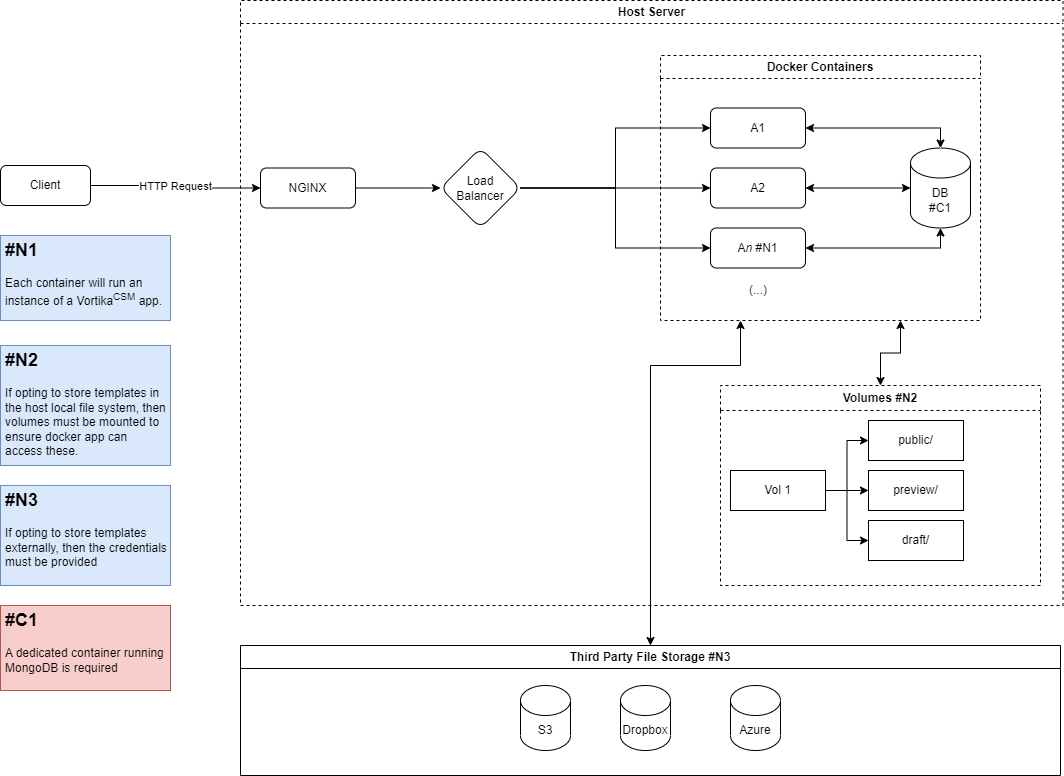
The draw.io diagram architecture.png in j-000/drawio, before a commit. Source tidied: cells renumbered, new cells last; positions are measured from the earlier drawing's top-left corner, leaving out a move shared by most shapes.
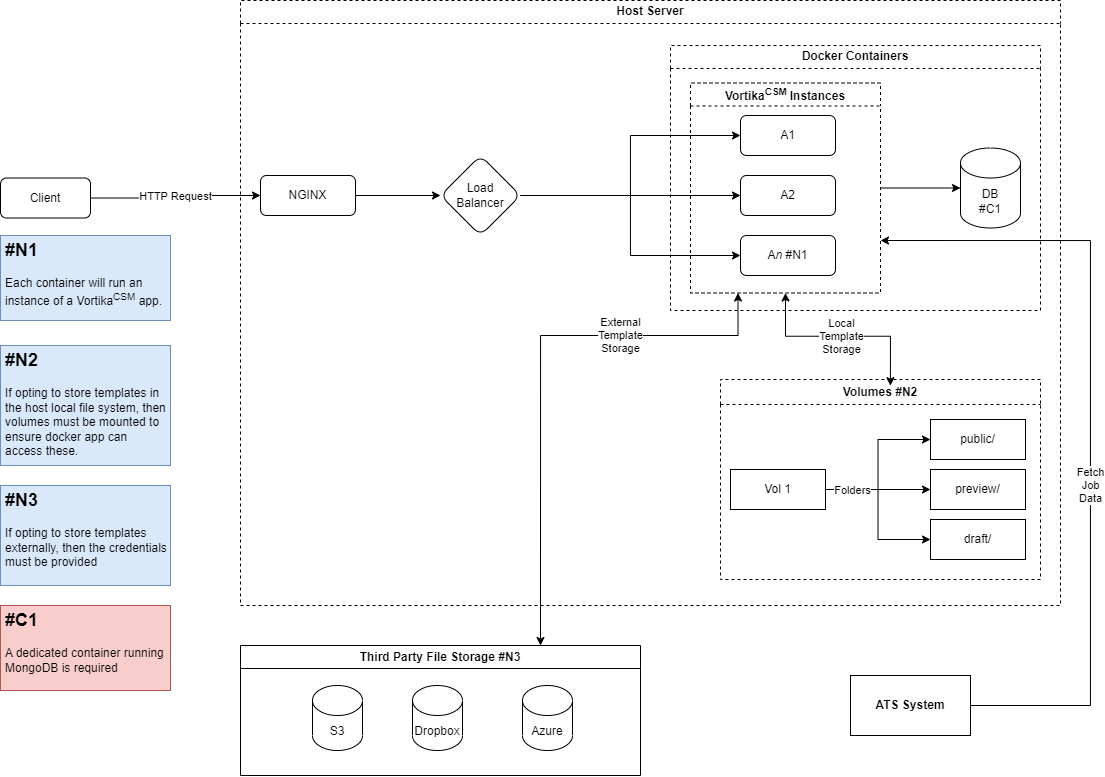
The same diagram one commit later.

Diff of the diagram source:
```diff
@@ -6,13 +6,13 @@
       <mxGeometry relative="1" as="geometry" />
     </mxCell>
     <mxCell id="3" value="Client" style="rounded=1;whiteSpace=wrap;html=1;" parent="1" vertex="1">
-      <mxGeometry y="165" width="90" height="40" as="geometry" />
+      <mxGeometry y="177.5" width="90" height="40" as="geometry" />
     </mxCell>
     <mxCell id="4" value="Host Server" style="swimlane;whiteSpace=wrap;html=1;dashed=1;" parent="1" vertex="1">
-      <mxGeometry x="240" width="822.5" height="605" as="geometry" />
+      <mxGeometry x="240" width="820" height="605" as="geometry" />
     </mxCell>
     <mxCell id="5" value="NGINX" style="whiteSpace=wrap;html=1;rounded=1;" parent="4" vertex="1">
-      <mxGeometry x="20" y="167.5" width="95" height="40" as="geometry" />
+      <mxGeometry x="20" y="175" width="95" height="40" as="geometry" />
     </mxCell>
     <mxCell id="6" style="edgeStyle=orthogonalEdgeStyle;rounded=0;jettySize=auto;html=1;exitX=1;exitY=0.5;exitDx=0;exitDy=0;" parent="4" edge="1" source="5" target="10">
       <mxGeometry relative="1" as="geometry" />
@@ -27,62 +27,65 @@
       <mxGeometry relative="1" as="geometry" />
     </mxCell>
     <mxCell id="10" value="Load &lt;br&gt;Balancer" style="rhombus;whiteSpace=wrap;html=1;rounded=1;" parent="4" vertex="1">
-      <mxGeometry x="200" y="147.5" width="80" height="80" as="geometry" />
+      <mxGeometry x="200" y="155" width="80" height="80" as="geometry" />
     </mxCell>
     <mxCell id="11" value="Docker Containers" style="swimlane;whiteSpace=wrap;html=1;dashed=1;" parent="4" vertex="1">
-      <mxGeometry x="420" y="55" width="320" height="265" as="geometry" />
+      <mxGeometry x="430" y="45" width="370" height="265" as="geometry" />
     </mxCell>
-    <mxCell id="12" style="edgeStyle=orthogonalEdgeStyle;rounded=0;jettySize=auto;html=1;exitX=1;exitY=0.5;exitDx=0;exitDy=0;entryX=0.5;entryY=0;entryDx=0;entryDy=0;endArrow=classic;endFill=1;startArrow=classic;startFill=1;entryPerimeter=0;" parent="11" edge="1" source="13" target="18">
-      <mxGeometry relative="1" as="geometry" />
-    </mxCell>
+    <mxCell id="18" value="DB&lt;br&gt;#C1" style="shape=cylinder3;whiteSpace=wrap;html=1;boundedLbl=1;backgroundOutline=1;size=15;" parent="11" vertex="1">
+      <mxGeometry x="290" y="102.5" width="60" height="80" as="geometry" />
+    </mxCell>
+    <mxCell id="38" style="edgeStyle=orthogonalEdgeStyle;rounded=0;jettySize=auto;html=1;exitX=1;exitY=0.5;exitDx=0;exitDy=0;entryX=0;entryY=0.5;entryDx=0;entryDy=0;entryPerimeter=0;" parent="11" edge="1" source="39" target="18">
+      <mxGeometry relative="1" as="geometry" />
+    </mxCell>
+    <mxCell id="39" value="Vortika&lt;sup&gt;CSM &lt;/sup&gt;Instances" style="swimlane;whiteSpace=wrap;html=1;dashed=1;" parent="11" vertex="1">
+      <mxGeometry x="20" y="37.5" width="190" height="210" as="geometry" />
+    </mxCell>
+    <mxCell id="40" style="group;" parent="39" vertex="1">
+      <mxGeometry x="50" y="32.5" width="95" height="160" as="geometry" />
+    </mxCell>
+    <mxCell id="15" value="A&lt;i&gt;n &lt;/i&gt;#N1" style="whiteSpace=wrap;html=1;rounded=1;" parent="40" vertex="1">
+      <mxGeometry y="120" width="95" height="40" as="geometry" />
+    </mxCell>
+    <mxCell id="17" value="A2" style="whiteSpace=wrap;html=1;rounded=1;" parent="40" vertex="1">
+      <mxGeometry y="60" width="95" height="40" as="geometry" />
+    </mxCell>
-    <mxCell id="13" value="A1" style="whiteSpace=wrap;html=1;rounded=1;" parent="11" vertex="1">
-      <mxGeometry x="50" y="52.5" width="95" height="40" as="geometry" />
+    <mxCell id="13" value="A1" style="whiteSpace=wrap;html=1;rounded=1;" parent="40" vertex="1">
+      <mxGeometry width="95" height="40" as="geometry" />
     </mxCell>
-    <mxCell id="14" style="edgeStyle=orthogonalEdgeStyle;rounded=0;jettySize=auto;html=1;exitX=1;exitY=0.5;exitDx=0;exitDy=0;entryX=0.5;entryY=1;entryDx=0;entryDy=0;startArrow=classic;startFill=1;entryPerimeter=0;" parent="11" edge="1" source="15" target="18">
-      <mxGeometry relative="1" as="geometry" />
-    </mxCell>
-    <mxCell id="15" value="A&lt;i&gt;n &lt;/i&gt;#N1" style="whiteSpace=wrap;html=1;rounded=1;" parent="11" vertex="1">
-      <mxGeometry x="50" y="172.5" width="95" height="40" as="geometry" />
-    </mxCell>
-    <mxCell id="16" style="edgeStyle=orthogonalEdgeStyle;rounded=0;jettySize=auto;html=1;exitX=1;exitY=0.5;exitDx=0;exitDy=0;entryX=0;entryY=0.5;entryDx=0;entryDy=0;startArrow=classic;startFill=1;entryPerimeter=0;" parent="11" edge="1" source="17" target="18">
-      <mxGeometry relative="1" as="geometry" />
-    </mxCell>
-    <mxCell id="17" value="A2" style="whiteSpace=wrap;html=1;rounded=1;" parent="11" vertex="1">
-      <mxGeometry x="50" y="112.5" width="95" height="40" as="geometry" />
-    </mxCell>
-    <mxCell id="18" value="DB&lt;br&gt;#C1" style="shape=cylinder3;whiteSpace=wrap;html=1;boundedLbl=1;backgroundOutline=1;size=15;" parent="11" vertex="1">
-      <mxGeometry x="250" y="92.5" width="60" height="80" as="geometry" />
-    </mxCell>
-    <mxCell id="19" value="(...)" style="text;html=1;strokeColor=none;fillColor=none;align=center;verticalAlign=middle;whiteSpace=wrap;rounded=0;" parent="11" vertex="1">
-      <mxGeometry x="67.5" y="220" width="60" height="30" as="geometry" />
-    </mxCell>
-    <mxCell id="20" style="edgeStyle=orthogonalEdgeStyle;rounded=0;jettySize=auto;html=1;exitX=0.5;exitY=0;exitDx=0;exitDy=0;entryX=0.75;entryY=1;entryDx=0;entryDy=0;startArrow=classic;startFill=1;" parent="4" edge="1" source="21" target="11">
-      <mxGeometry relative="1" as="geometry" />
-    </mxCell>
     <mxCell id="21" value="Volumes #N2" style="swimlane;whiteSpace=wrap;html=1;dashed=1;startSize=25;" parent="4" vertex="1">
-      <mxGeometry x="480" y="385" width="320" height="200" as="geometry" />
+      <mxGeometry x="480" y="379" width="320" height="200" as="geometry" />
     </mxCell>
+    <mxCell id="41" style="group;" parent="21" vertex="1">
+      <mxGeometry x="40" y="40" width="233" height="140" as="geometry" />
+    </mxCell>
-    <mxCell id="22" value="public/" style="whiteSpace=wrap;html=1;rounded=1;arcSize=0;" parent="21" vertex="1">
-      <mxGeometry x="148" y="35" width="95" height="40" as="geometry" />
+    <mxCell id="22" value="public/" style="whiteSpace=wrap;html=1;rounded=1;arcSize=0;" parent="41" vertex="1">
+      <mxGeometry x="170" width="95" height="40" as="geometry" />
     </mxCell>
-    <mxCell id="23" value="preview/" style="whiteSpace=wrap;html=1;rounded=1;arcSize=0;" parent="21" vertex="1">
-      <mxGeometry x="148" y="85" width="95" height="40" as="geometry" />
+    <mxCell id="23" value="preview/" style="whiteSpace=wrap;html=1;rounded=1;arcSize=0;" parent="41" vertex="1">
+      <mxGeometry x="170" y="50" width="95" height="40" as="geometry" />
     </mxCell>
-    <mxCell id="24" value="draft/" style="whiteSpace=wrap;html=1;rounded=1;arcSize=0;" parent="21" vertex="1">
-      <mxGeometry x="148" y="135" width="95" height="40" as="geometry" />
+    <mxCell id="24" value="draft/" style="whiteSpace=wrap;html=1;rounded=1;arcSize=0;" parent="41" vertex="1">
+      <mxGeometry x="170" y="100" width="95" height="40" as="geometry" />
     </mxCell>
+    <mxCell id="28" value="Vol 1" style="whiteSpace=wrap;html=1;rounded=1;arcSize=0;" parent="41" vertex="1">
+      <mxGeometry x="-30" y="50" width="95" height="40" as="geometry" />
+    </mxCell>
-    <mxCell id="25" style="edgeStyle=orthogonalEdgeStyle;rounded=0;jettySize=auto;html=1;exitX=1;exitY=0.5;exitDx=0;exitDy=0;entryX=0;entryY=0.5;entryDx=0;entryDy=0;" parent="21" edge="1" source="28" target="22">
+    <mxCell id="25" style="edgeStyle=orthogonalEdgeStyle;rounded=0;jettySize=auto;html=1;exitX=1;exitY=0.5;exitDx=0;exitDy=0;entryX=0;entryY=0.5;entryDx=0;entryDy=0;" parent="41" edge="1" source="28" target="22">
       <mxGeometry relative="1" as="geometry" />
     </mxCell>
-    <mxCell id="26" style="edgeStyle=orthogonalEdgeStyle;rounded=0;jettySize=auto;html=1;exitX=1;exitY=0.5;exitDx=0;exitDy=0;entryX=0;entryY=0.5;entryDx=0;entryDy=0;" parent="21" edge="1" source="28" target="23">
+    <mxCell id="26" style="edgeStyle=orthogonalEdgeStyle;rounded=0;jettySize=auto;html=1;exitX=1;exitY=0.5;exitDx=0;exitDy=0;entryX=0;entryY=0.5;entryDx=0;entryDy=0;" parent="41" edge="1" source="28" target="23">
       <mxGeometry relative="1" as="geometry" />
     </mxCell>
-    <mxCell id="27" style="edgeStyle=orthogonalEdgeStyle;rounded=0;jettySize=auto;html=1;exitX=1;exitY=0.5;exitDx=0;exitDy=0;entryX=0;entryY=0.5;entryDx=0;entryDy=0;" parent="21" edge="1" source="28" target="24">
+    <mxCell id="27" style="edgeStyle=orthogonalEdgeStyle;rounded=0;jettySize=auto;html=1;exitX=1;exitY=0.5;exitDx=0;exitDy=0;entryX=0;entryY=0.5;entryDx=0;entryDy=0;" parent="41" edge="1" source="28" target="24">
       <mxGeometry relative="1" as="geometry" />
     </mxCell>
-    <mxCell id="28" value="Vol 1" style="whiteSpace=wrap;html=1;rounded=1;arcSize=0;" parent="21" vertex="1">
-      <mxGeometry x="10" y="85" width="95" height="40" as="geometry" />
-    </mxCell>
+    <mxCell id="42" value="Folders" style="edgeLabel;html=1;align=center;verticalAlign=middle;" parent="27" vertex="1">
+      <mxGeometry x="-0.66" relative="1" as="geometry" />
+    </mxCell>
+    <mxCell id="43" value="Local&lt;br&gt;Template&lt;br&gt;Storage" style="edgeStyle=orthogonalEdgeStyle;rounded=0;jettySize=auto;html=1;exitX=0.5;exitY=1;exitDx=0;exitDy=0;entryX=0.531;entryY=0.031;entryDx=0;entryDy=0;entryPerimeter=0;startArrow=classic;startFill=1;" parent="4" edge="1" source="39" target="21">
+      <mxGeometry relative="1" as="geometry" />
+    </mxCell>
     <mxCell id="29" value="&lt;h2&gt;#N1&lt;/h2&gt;&lt;p&gt;Each container will run an instance of a Vortika&lt;sup&gt;CSM&lt;/sup&gt;&amp;nbsp;app.&amp;nbsp;&lt;/p&gt;" style="text;html=1;strokeColor=#6c8ebf;fillColor=#dae8fc;spacing=5;spacingTop=-20;whiteSpace=wrap;overflow=hidden;rounded=0;" parent="1" vertex="1">
       <mxGeometry y="235" width="170" height="85" as="geometry" />
     </mxCell>
@@ -92,28 +95,39 @@
     <mxCell id="31" value="&lt;h2&gt;#N2&lt;/h2&gt;&lt;p&gt;If opting to store templates in the host local file system, then volumes must be mounted to ensure docker app can access these.&lt;/p&gt;" style="text;html=1;strokeColor=#6c8ebf;fillColor=#dae8fc;spacing=5;spacingTop=-20;whiteSpace=wrap;overflow=hidden;rounded=0;" parent="1" vertex="1">
       <mxGeometry y="345" width="170" height="120" as="geometry" />
     </mxCell>
-    <mxCell id="32" style="edgeStyle=orthogonalEdgeStyle;rounded=0;jettySize=auto;html=1;exitX=0.5;exitY=0;exitDx=0;exitDy=0;entryX=0.25;entryY=1;entryDx=0;entryDy=0;startArrow=classic;startFill=1;" parent="1" edge="1" source="33" target="11">
-      <mxGeometry relative="1" as="geometry">
-        <Array as="points">
-          <mxPoint x="650" y="365" />
-          <mxPoint x="740" y="365" />
-        </Array>
-      </mxGeometry>
-    </mxCell>
+    <mxCell id="44" value="External&lt;br&gt;Template&lt;br&gt;Storage" style="edgeStyle=orthogonalEdgeStyle;rounded=0;jettySize=auto;html=1;exitX=0.75;exitY=0;exitDx=0;exitDy=0;entryX=0.25;entryY=1;entryDx=0;entryDy=0;startArrow=classic;startFill=1;" parent="1" edge="1" source="33" target="39">
+      <mxGeometry x="0.42" relative="1" as="geometry">
+        <Array as="points">
+          <mxPoint x="540" y="335" />
+          <mxPoint x="738" y="335" />
+        </Array>
+      </mxGeometry>
+    </mxCell>
     <mxCell id="33" value="Third Party File Storage #N3" style="swimlane;whiteSpace=wrap;html=1;" parent="1" vertex="1">
-      <mxGeometry x="240" y="645" width="820" height="130" as="geometry" />
+      <mxGeometry x="240" y="645" width="400" height="130" as="geometry" />
     </mxCell>
     <mxCell id="34" value="Azure" style="shape=cylinder3;whiteSpace=wrap;html=1;boundedLbl=1;backgroundOutline=1;size=15;" parent="33" vertex="1">
-      <mxGeometry x="490" y="40" width="50" height="65" as="geometry" />
+      <mxGeometry x="282" y="40" width="50" height="65" as="geometry" />
     </mxCell>
     <mxCell id="35" value="Dropbox" style="shape=cylinder3;whiteSpace=wrap;html=1;boundedLbl=1;backgroundOutline=1;size=15;" parent="33" vertex="1">
-      <mxGeometry x="380" y="40" width="50" height="65" as="geometry" />
+      <mxGeometry x="172" y="40" width="50" height="65" as="geometry" />
     </mxCell>
     <mxCell id="36" value="S3" style="shape=cylinder3;whiteSpace=wrap;html=1;boundedLbl=1;backgroundOutline=1;size=15;" parent="33" vertex="1">
-      <mxGeometry x="280" y="40" width="50" height="65" as="geometry" />
+      <mxGeometry x="72" y="40" width="50" height="65" as="geometry" />
     </mxCell>
     <mxCell id="37" value="&lt;h2&gt;#N3&lt;/h2&gt;&lt;p&gt;If opting to store templates externally, then the credentials must be provided&lt;/p&gt;" style="text;html=1;strokeColor=#6c8ebf;fillColor=#dae8fc;spacing=5;spacingTop=-20;whiteSpace=wrap;overflow=hidden;rounded=0;" parent="1" vertex="1">
       <mxGeometry y="485" width="170" height="100" as="geometry" />
     </mxCell>
+    <mxCell id="45" value="ATS System" style="whiteSpace=wrap;html=1;fontStyle=1;startSize=23;" parent="1" vertex="1">
+      <mxGeometry x="850" y="675" width="120" height="60" as="geometry" />
+    </mxCell>
+    <mxCell id="46" value="Fetch&lt;br&gt;Job&lt;br&gt;Data" style="edgeStyle=orthogonalEdgeStyle;rounded=0;jettySize=auto;html=1;exitX=1;exitY=0.75;exitDx=0;exitDy=0;entryX=1;entryY=0.5;entryDx=0;entryDy=0;startArrow=classic;startFill=1;endArrow=none;endFill=0;" parent="1" edge="1" source="39" target="45">
+      <mxGeometry x="0.14" relative="1" as="geometry">
+        <Array as="points">
+          <mxPoint x="1090" y="240" />
+          <mxPoint x="1090" y="705" />
+        </Array>
+      </mxGeometry>
+    </mxCell>
   </root>
 </mxGraphModel>
```
